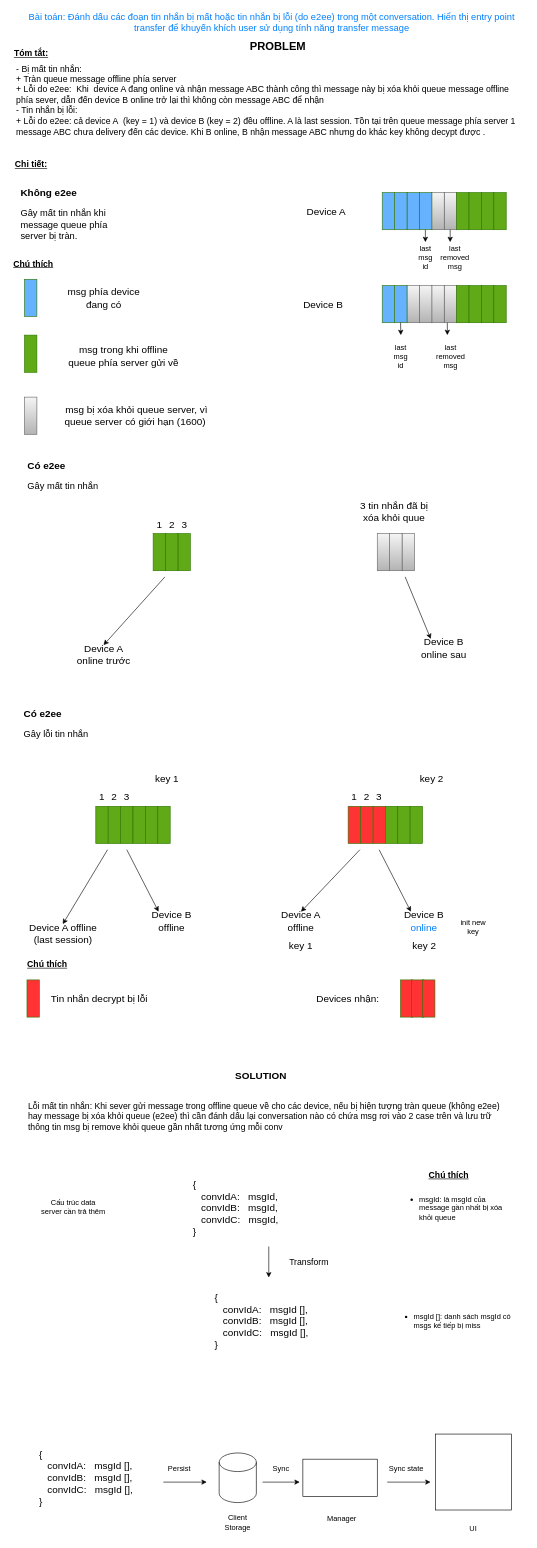
Above: Untitled Diagram.drawio in buingoctai/Documents (draw.io), before the change. Source tidied: cells renumbered, new cells numbered last; positions are measured from the earlier drawing's top-left corner, leaving out a move shared by most shapes. Both pictures are drawn from the tidied source at 62%, with x=0, y=0 at pixel (11, 12).
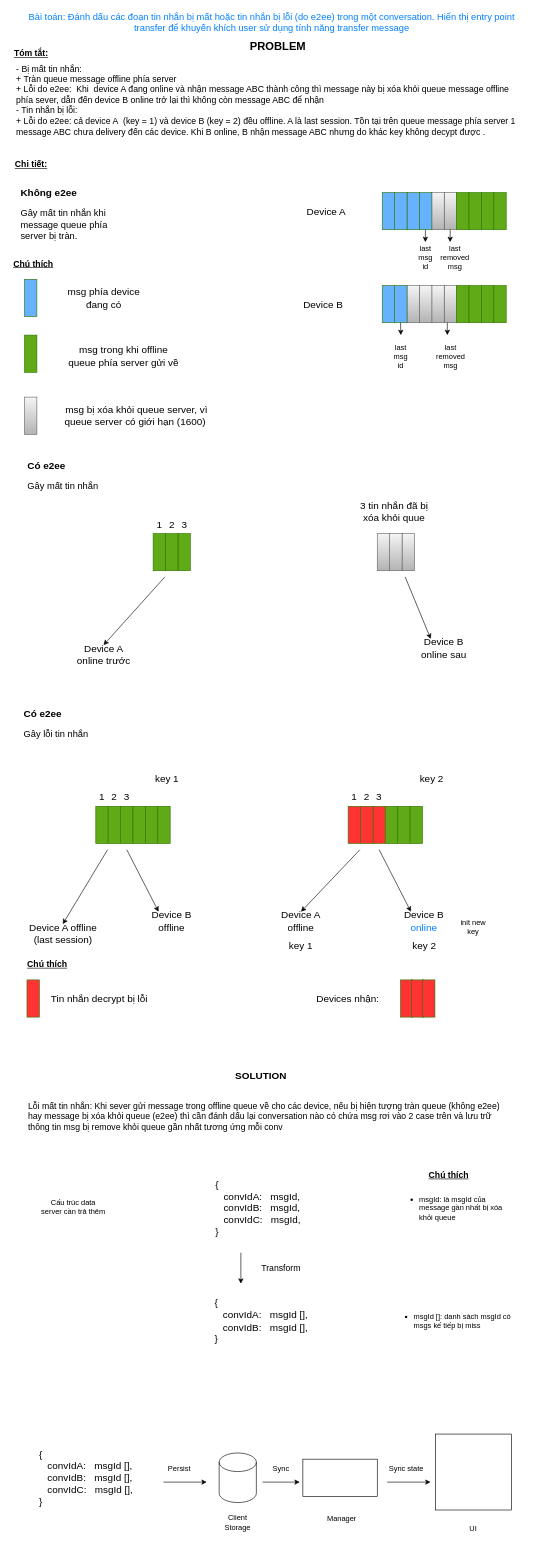
Above is the later version.

Commit message:
Notify-Missing-Message

What changed in the source:
```diff
@@
     <mxCell id="97" value="{&lt;br&gt;&lt;span style=&quot;&quot;&gt;&lt;/span&gt;&amp;nbsp; &amp;nbsp;convIdA:&amp;nbsp; &amp;nbsp;msgId,&lt;br&gt;&amp;nbsp; &amp;nbsp;convIdB:&amp;nbsp; &amp;nbsp;msgId,&lt;br&gt;&amp;nbsp; &amp;nbsp;convIdC:&amp;nbsp; &amp;nbsp;msgId,&lt;br&gt;}" style="text;html=1;strokeColor=none;fillColor=none;align=left;verticalAlign=middle;whiteSpace=wrap;rounded=0;fontSize=16;fontColor=#000000;" parent="1" vertex="1">
-      <mxGeometry x="292" y="1875" width="272" height="105" as="geometry" />
+      <mxGeometry x="328" y="1877.5" width="144" height="100" as="geometry" />
     </mxCell>
@@
-    <mxCell id="104" value="{&lt;br&gt;&lt;span style=&quot;&quot;&gt;&lt;/span&gt;&amp;nbsp; &amp;nbsp;convIdA:&amp;nbsp; &amp;nbsp;msgId [],&lt;br&gt;&amp;nbsp; &amp;nbsp;convIdB:&amp;nbsp; &amp;nbsp;msgId [],&lt;br&gt;&amp;nbsp; &amp;nbsp;convIdC:&amp;nbsp; &amp;nbsp;msgId [],&lt;br&gt;}" style="text;html=1;strokeColor=none;fillColor=none;align=left;verticalAlign=middle;whiteSpace=wrap;rounded=0;fontSize=16;fontColor=#000000;" parent="1" vertex="1">
+    <mxCell id="104" value="{&lt;br&gt;&lt;span style=&quot;&quot;&gt;&lt;/span&gt;&amp;nbsp; &amp;nbsp;convIdA:&amp;nbsp; &amp;nbsp;msgId [],&lt;br&gt;&amp;nbsp; &amp;nbsp;convIdB:&amp;nbsp; &amp;nbsp;msgId [],&lt;br&gt;}" style="text;html=1;strokeColor=none;fillColor=none;align=left;verticalAlign=middle;whiteSpace=wrap;rounded=0;fontSize=16;fontColor=#000000;" parent="1" vertex="1">
       <mxGeometry x="326.5" y="2057.5" width="179" height="105" as="geometry" />
     </mxCell>
@@
     <mxCell id="120" style="endArrow=classic;html=1;rounded=0;fontSize=14;fontColor=#007FFF;" parent="1" edge="1">
       <mxGeometry relative="1" as="geometry">
-        <mxPoint x="416" y="1990" as="sourcePoint" />
-        <mxPoint x="416" y="2040" as="targetPoint" />
+        <mxPoint x="371" y="2000" as="sourcePoint" />
+        <mxPoint x="371" y="2050" as="targetPoint" />
       </mxGeometry>
     </mxCell>
     <mxCell id="121" value="Transform" style="text;html=1;strokeColor=none;fillColor=none;align=center;verticalAlign=middle;whiteSpace=wrap;rounded=0;fontSize=14;fontColor=#000000;" parent="1" vertex="1">
-      <mxGeometry x="446" y="2000" width="70" height="30" as="geometry" />
+      <mxGeometry x="401" y="2010" width="70" height="30" as="geometry" />
     </mxCell>
```
